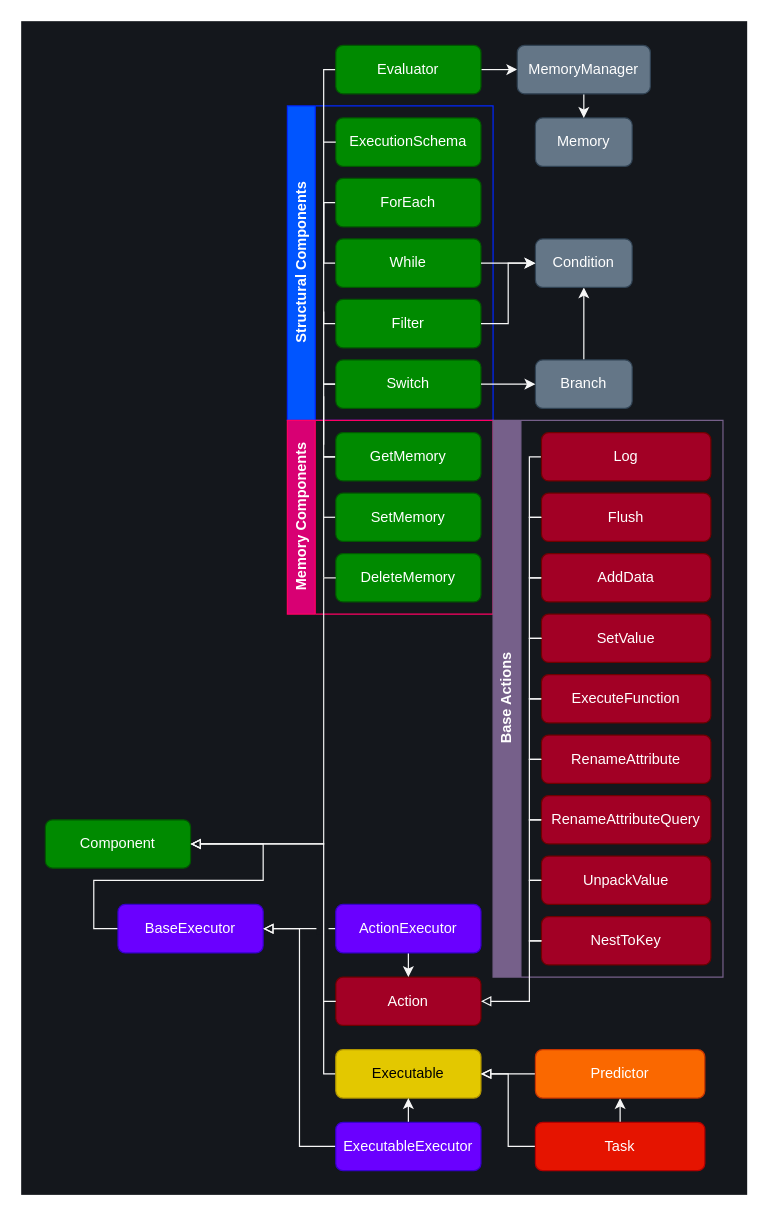
Earlier version of the draw.io diagram static/classes.drawio (Knowledgator/utca). Source tidied: cells renumbered, new cells numbered last; positions are measured from the earlier drawing's top-left corner, leaving out a move shared by most shapes. Both pictures are drawn from the tidied source at 121%, with x=0, y=0 at pixel (21, 21).
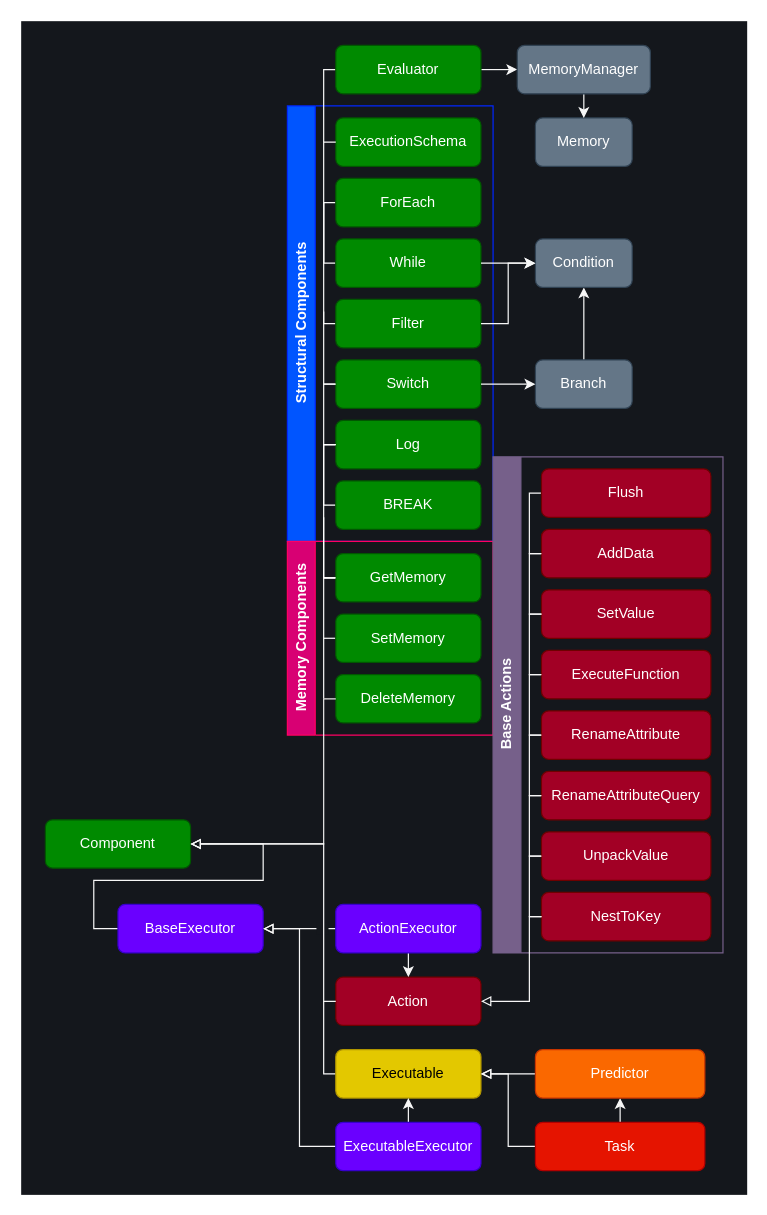
After the change.

The change refers to these unchanged cells:
```xml
<mxCell id="3" value="Component" style="rounded=1;whiteSpace=wrap;html=1;fillColor=#008a00;fontColor=#ffffff;strokeColor=#005700;" parent="1" vertex="1">
  <mxGeometry x="20" y="660" width="120" height="40" as="geometry" />
</mxCell>
<mxCell id="6" value="Action" style="rounded=1;whiteSpace=wrap;html=1;fillColor=#a20025;fontColor=#ffffff;strokeColor=#6F0000;" parent="1" vertex="1">
  <mxGeometry x="260" y="790" width="120" height="40" as="geometry" />
</mxCell>
<mxCell id="16" value="Switch" style="rounded=1;whiteSpace=wrap;html=1;fillColor=#008a00;fontColor=#ffffff;strokeColor=#005700;" parent="12" vertex="1">
  <mxGeometry x="40" y="210" width="120" height="40" as="geometry" />
</mxCell>
<mxCell id="40" value="GetMemory" style="rounded=1;whiteSpace=wrap;html=1;fillColor=#008a00;fontColor=#ffffff;strokeColor=#005700;" parent="37" vertex="1">
  <mxGeometry x="40" y="10" width="120" height="40" as="geometry" />
</mxCell>
<mxCell id="44" value="DeleteMemory" style="rounded=1;whiteSpace=wrap;html=1;fillColor=#008a00;fontColor=#ffffff;strokeColor=#005700;" parent="37" vertex="1">
  <mxGeometry x="40" y="110" width="120" height="40" as="geometry" />
</mxCell>
```

Change to the diagram source:
```diff
@@
     <mxCell id="12" value="Structural Components" style="swimlane;horizontal=0;whiteSpace=wrap;html=1;fillColor=#0055FF;fontColor=#ffffff;strokeColor=#0027FF;fillStyle=auto;" parent="1" vertex="1">
-      <mxGeometry x="220" y="70" width="170" height="260" as="geometry" />
+      <mxGeometry x="220" y="70" width="170" height="360" as="geometry" />
     </mxCell>
@@
-    <mxCell id="15" style="edgeStyle=orthogonalEdgeStyle;rounded=0;jettySize=auto;html=1;exitX=0;exitY=0.5;exitDx=0;exitDy=0;endArrow=none;endFill=0;strokeColor=#F7F7F7;" parent="12" edge="1" source="16">
-      <mxGeometry relative="1" as="geometry">
-        <mxPoint x="30" y="280" as="targetPoint" />
-        <Array as="points">
-          <mxPoint x="30" y="230" />
-        </Array>
-      </mxGeometry>
-    </mxCell>
@@
     <mxCell id="37" value="Memory Components" style="swimlane;horizontal=0;whiteSpace=wrap;html=1;fillColor=#d80073;fontColor=#ffffff;strokeColor=#FF0063;" parent="1" vertex="1">
-      <mxGeometry x="220" y="330" width="170" height="160" as="geometry" />
+      <mxGeometry x="220" y="430" width="170" height="160" as="geometry" />
     </mxCell>
@@
     <mxCell id="45" value="Base Actions" style="swimlane;horizontal=0;whiteSpace=wrap;html=1;fillColor=#76608a;fontColor=#ffffff;strokeColor=#76608A;" parent="1" vertex="1">
-      <mxGeometry x="390" y="330" width="190" height="460" as="geometry" />
+      <mxGeometry x="390" y="360" width="190" height="410" as="geometry" />
     </mxCell>
     <mxCell id="46" value="NestToKey" style="rounded=1;whiteSpace=wrap;html=1;fillColor=#a20025;fontColor=#ffffff;strokeColor=#6F0000;" parent="45" vertex="1">
-      <mxGeometry x="40" y="410" width="140" height="40" as="geometry" />
+      <mxGeometry x="40" y="360" width="140" height="40" as="geometry" />
     </mxCell>
     <mxCell id="47" style="edgeStyle=orthogonalEdgeStyle;rounded=0;jettySize=auto;html=1;exitX=0;exitY=0.5;exitDx=0;exitDy=0;entryX=0;entryY=0.5;entryDx=0;entryDy=0;endArrow=none;endFill=0;strokeColor=#F7F7F7;" parent="45" edge="1" source="48" target="46">
       <mxGeometry relative="1" as="geometry">
         <Array as="points">
+          <mxPoint x="30" y="330" />
           <mxPoint x="30" y="380" />
-          <mxPoint x="30" y="430" />
         </Array>
       </mxGeometry>
     </mxCell>
     <mxCell id="48" value="UnpackValue" style="rounded=1;whiteSpace=wrap;html=1;fillColor=#a20025;fontColor=#ffffff;strokeColor=#6F0000;" parent="45" vertex="1">
-      <mxGeometry x="40" y="360" width="140" height="40" as="geometry" />
+      <mxGeometry x="40" y="310" width="140" height="40" as="geometry" />
     </mxCell>
     <mxCell id="49" style="edgeStyle=orthogonalEdgeStyle;rounded=0;jettySize=auto;html=1;exitX=0;exitY=0.5;exitDx=0;exitDy=0;entryX=0;entryY=0.5;entryDx=0;entryDy=0;endArrow=none;endFill=0;strokeColor=#F7F7F7;" parent="45" edge="1" source="50" target="48">
       <mxGeometry relative="1" as="geometry">
         <Array as="points">
+          <mxPoint x="30" y="280" />
           <mxPoint x="30" y="330" />
-          <mxPoint x="30" y="380" />
         </Array>
       </mxGeometry>
     </mxCell>
     <mxCell id="50" value="RenameAttributeQuery" style="rounded=1;whiteSpace=wrap;html=1;fillColor=#a20025;fontColor=#ffffff;strokeColor=#6F0000;" parent="45" vertex="1">
-      <mxGeometry x="40" y="310" width="140" height="40" as="geometry" />
+      <mxGeometry x="40" y="260" width="140" height="40" as="geometry" />
     </mxCell>
     <mxCell id="51" style="edgeStyle=orthogonalEdgeStyle;rounded=0;jettySize=auto;html=1;exitX=0;exitY=0.5;exitDx=0;exitDy=0;entryX=0;entryY=0.5;entryDx=0;entryDy=0;endArrow=none;endFill=0;strokeColor=#F7F7F7;" parent="45" edge="1" source="52" target="50">
       <mxGeometry relative="1" as="geometry">
         <Array as="points">
+          <mxPoint x="30" y="230" />
           <mxPoint x="30" y="280" />
-          <mxPoint x="30" y="330" />
         </Array>
       </mxGeometry>
     </mxCell>
     <mxCell id="52" value="RenameAttribute" style="rounded=1;whiteSpace=wrap;html=1;fillColor=#a20025;fontColor=#ffffff;strokeColor=#6F0000;" parent="45" vertex="1">
-      <mxGeometry x="40" y="260" width="140" height="40" as="geometry" />
+      <mxGeometry x="40" y="210" width="140" height="40" as="geometry" />
     </mxCell>
     <mxCell id="53" value="SetValue" style="rounded=1;whiteSpace=wrap;html=1;fillColor=#a20025;fontColor=#ffffff;strokeColor=#6F0000;" parent="45" vertex="1">
-      <mxGeometry x="40" y="160" width="140" height="40" as="geometry" />
+      <mxGeometry x="40" y="110" width="140" height="40" as="geometry" />
     </mxCell>
     <mxCell id="54" style="edgeStyle=orthogonalEdgeStyle;rounded=0;jettySize=auto;html=1;exitX=0;exitY=0.5;exitDx=0;exitDy=0;entryX=0;entryY=0.5;entryDx=0;entryDy=0;endArrow=none;endFill=0;strokeColor=#F7F7F7;" parent="45" edge="1" source="55" target="53">
       <mxGeometry relative="1" as="geometry">
         <Array as="points">
+          <mxPoint x="30" y="80" />
           <mxPoint x="30" y="130" />
-          <mxPoint x="30" y="180" />
         </Array>
       </mxGeometry>
     </mxCell>
     <mxCell id="55" value="AddData" style="rounded=1;whiteSpace=wrap;html=1;fillColor=#a20025;fontColor=#ffffff;strokeColor=#6F0000;" parent="45" vertex="1">
-      <mxGeometry x="40" y="110" width="140" height="40" as="geometry" />
+      <mxGeometry x="40" y="60" width="140" height="40" as="geometry" />
     </mxCell>
     <mxCell id="56" style="edgeStyle=orthogonalEdgeStyle;rounded=0;jettySize=auto;html=1;exitX=0;exitY=0.5;exitDx=0;exitDy=0;entryX=0;entryY=0.5;entryDx=0;entryDy=0;endArrow=none;endFill=0;strokeColor=#F7F7F7;" parent="45" edge="1" source="57" target="55">
       <mxGeometry relative="1" as="geometry">
         <Array as="points">
+          <mxPoint x="30" y="30" />
           <mxPoint x="30" y="80" />
-          <mxPoint x="30" y="130" />
         </Array>
       </mxGeometry>
     </mxCell>
     <mxCell id="57" value="Flush" style="rounded=1;whiteSpace=wrap;html=1;fillColor=#a20025;fontColor=#ffffff;strokeColor=#6F0000;" parent="45" vertex="1">
-      <mxGeometry x="40" y="60" width="140" height="40" as="geometry" />
+      <mxGeometry x="40" y="10" width="140" height="40" as="geometry" />
     </mxCell>
-    <mxCell id="58" style="edgeStyle=orthogonalEdgeStyle;rounded=0;jettySize=auto;html=1;exitX=0;exitY=0.5;exitDx=0;exitDy=0;entryX=0;entryY=0.5;entryDx=0;entryDy=0;endArrow=none;endFill=0;strokeColor=#F7F7F7;" parent="45" edge="1" source="59" target="57">
-      <mxGeometry relative="1" as="geometry">
-        <Array as="points">
-          <mxPoint x="30" y="30" />
-          <mxPoint x="30" y="80" />
-        </Array>
-      </mxGeometry>
-    </mxCell>
-    <mxCell id="59" value="Log" style="rounded=1;whiteSpace=wrap;html=1;fillColor=#a20025;fontColor=#ffffff;strokeColor=#6F0000;" parent="45" vertex="1">
-      <mxGeometry x="40" y="10" width="140" height="40" as="geometry" />
-    </mxCell>
     <mxCell id="60" style="edgeStyle=orthogonalEdgeStyle;rounded=0;jettySize=auto;html=1;exitX=0;exitY=0.5;exitDx=0;exitDy=0;entryX=0;entryY=0.5;entryDx=0;entryDy=0;endArrow=none;endFill=0;strokeColor=#F7F7F7;" parent="1" edge="1" source="61" target="52">
       <mxGeometry relative="1" as="geometry">
         <Array as="points">
-          <mxPoint x="420" y="560" />
-          <mxPoint x="420" y="610" />
+          <mxPoint x="420" y="540" />
+          <mxPoint x="420" y="590" />
         </Array>
       </mxGeometry>
     </mxCell>
     <mxCell id="61" value="ExecuteFunction" style="rounded=1;whiteSpace=wrap;html=1;fillColor=#a20025;fontColor=#ffffff;strokeColor=#6F0000;" parent="1" vertex="1">
-      <mxGeometry x="430" y="540" width="140" height="40" as="geometry" />
+      <mxGeometry x="430" y="520" width="140" height="40" as="geometry" />
     </mxCell>
     <mxCell id="62" style="edgeStyle=orthogonalEdgeStyle;rounded=0;jettySize=auto;html=1;exitX=0;exitY=0.5;exitDx=0;exitDy=0;entryX=0;entryY=0.5;entryDx=0;entryDy=0;endArrow=none;endFill=0;strokeColor=#F7F7F7;" parent="1" edge="1" source="53" target="61">
       <mxGeometry relative="1" as="geometry">
         <Array as="points">
-          <mxPoint x="420" y="510" />
-          <mxPoint x="420" y="560" />
+          <mxPoint x="420" y="490" />
+          <mxPoint x="420" y="540" />
         </Array>
       </mxGeometry>
     </mxCell>
@@
     <mxCell id="70" style="edgeStyle=orthogonalEdgeStyle;rounded=0;jettySize=auto;html=1;exitX=0;exitY=0.5;exitDx=0;exitDy=0;entryX=1;entryY=0.5;entryDx=0;entryDy=0;endArrow=block;endFill=0;strokeColor=#EBEBEB;" parent="1" edge="1" source="44" target="3">
       <mxGeometry relative="1" as="geometry">
         <Array as="points">
-          <mxPoint x="250" y="460" />
+          <mxPoint x="250" y="560" />
           <mxPoint x="250" y="680" />
         </Array>
       </mxGeometry>
     </mxCell>
     <mxCell id="71" style="edgeStyle=orthogonalEdgeStyle;rounded=0;jettySize=auto;html=1;exitX=0;exitY=0.5;exitDx=0;exitDy=0;entryX=1;entryY=0.5;entryDx=0;entryDy=0;endArrow=block;endFill=0;strokeColor=#F7F7F7;" parent="1" edge="1" source="46" target="6">
       <mxGeometry relative="1" as="geometry">
         <Array as="points">
-          <mxPoint x="420" y="760" />
+          <mxPoint x="420" y="740" />
           <mxPoint x="420" y="810" />
         </Array>
       </mxGeometry>
     </mxCell>
@@
+    <mxCell id="74" style="edgeStyle=orthogonalEdgeStyle;rounded=0;jettySize=auto;html=1;exitX=0;exitY=0.5;exitDx=0;exitDy=0;entryX=0;entryY=0.5;entryDx=0;entryDy=0;endArrow=none;endFill=0;strokeColor=#FFFFFF;" parent="1" edge="1" source="59" target="40">
+      <mxGeometry relative="1" as="geometry">
+        <Array as="points">
+          <mxPoint x="250" y="350" />
+          <mxPoint x="250" y="460" />
+        </Array>
+      </mxGeometry>
+    </mxCell>
+    <mxCell id="59" value="Log" style="rounded=1;whiteSpace=wrap;html=1;fillColor=#008a00;fontColor=#ffffff;strokeColor=#005700;" parent="1" vertex="1">
+      <mxGeometry x="260" y="330" width="120" height="40" as="geometry" />
+    </mxCell>
+    <mxCell id="15" style="edgeStyle=orthogonalEdgeStyle;rounded=0;jettySize=auto;html=1;exitX=0;exitY=0.5;exitDx=0;exitDy=0;endArrow=none;endFill=0;strokeColor=#F7F7F7;entryX=0;entryY=0.5;entryDx=0;entryDy=0;" parent="1" edge="1" source="16" target="59">
+      <mxGeometry relative="1" as="geometry">
+        <Array as="points">
+          <mxPoint x="250" y="300" />
+          <mxPoint x="250" y="350" />
+        </Array>
+      </mxGeometry>
+    </mxCell>
+    <mxCell id="75" style="edgeStyle=orthogonalEdgeStyle;rounded=0;jettySize=auto;html=1;exitX=0;exitY=0.5;exitDx=0;exitDy=0;entryX=0;entryY=0.5;entryDx=0;entryDy=0;strokeColor=#FFFFFF;startArrow=none;startFill=0;endArrow=none;endFill=0;" parent="1" edge="1" source="76" target="59">
+      <mxGeometry relative="1" as="geometry">
+        <Array as="points">
+          <mxPoint x="250" y="400" />
+          <mxPoint x="250" y="350" />
+        </Array>
+      </mxGeometry>
+    </mxCell>
+    <mxCell id="76" value="BREAK" style="rounded=1;whiteSpace=wrap;html=1;fillColor=#008a00;fontColor=#ffffff;strokeColor=#005700;" parent="1" vertex="1">
+      <mxGeometry x="260" y="380" width="120" height="40" as="geometry" />
+    </mxCell>
```
